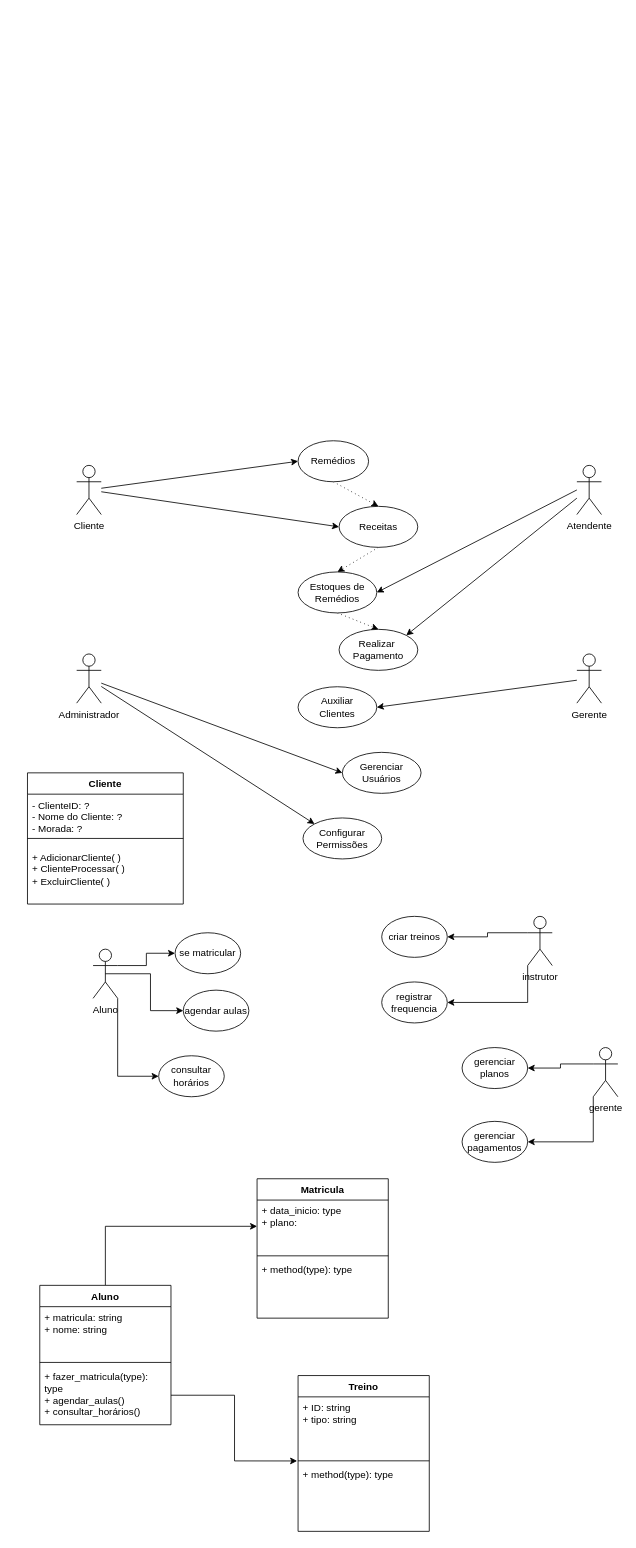
The draw.io diagram page "6-26/03/25" (6 of 8) of Diagrama sem nome.drawio in luann490/diagramasderequisitos, before the edit. Source tidied: cells renumbered, new cells numbered last; positions are measured from the earlier drawing's top-left corner, leaving out a move shared by most shapes. Both pictures are drawn from the tidied source at 82%, with x=0, y=0 at pixel (27, 440).
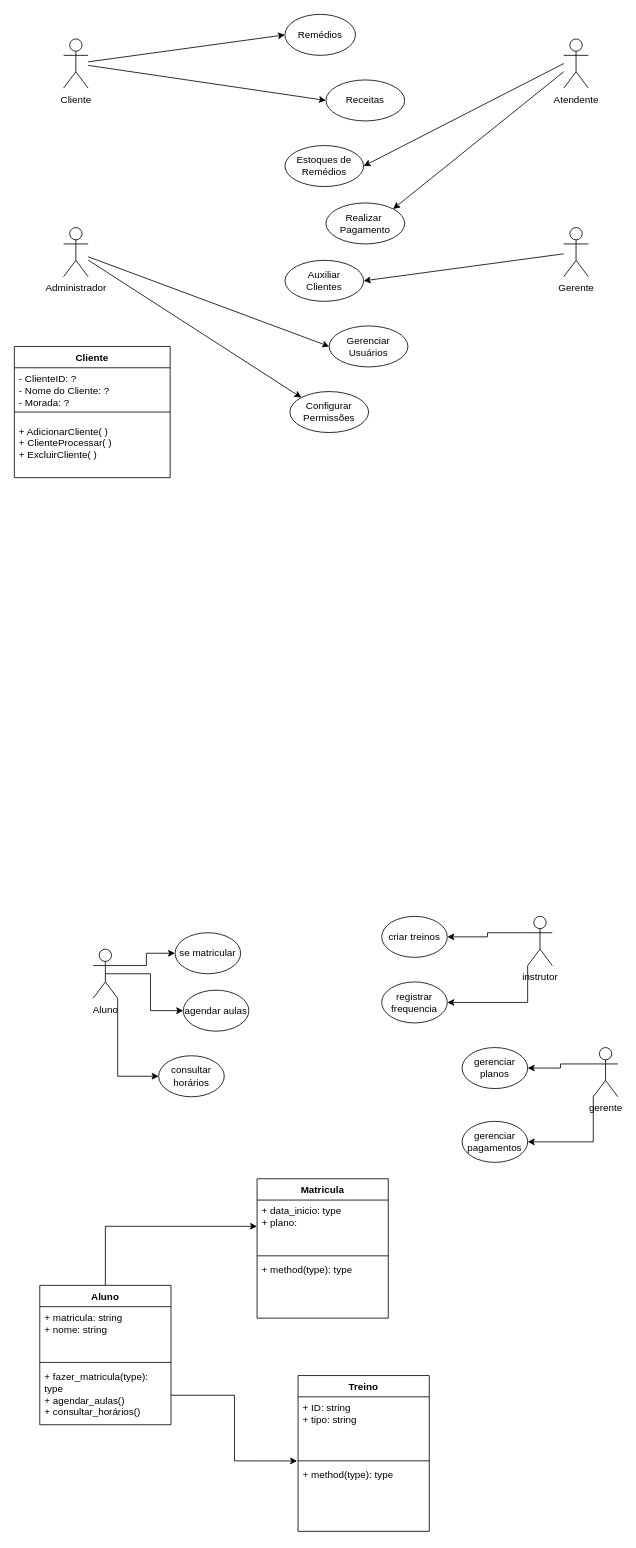
The same page after the edit.

Diff of the diagram source:
```diff
@@
     <mxCell id="2" value="Cliente" style="shape=umlActor;verticalLabelPosition=bottom;verticalAlign=top;html=1;outlineConnect=0;" parent="1" vertex="1">
-      <mxGeometry x="60" y="30" width="30" height="60" as="geometry" />
+      <mxGeometry x="44" y="-490" width="30" height="60" as="geometry" />
     </mxCell>
     <mxCell id="3" value="Administrador" style="shape=umlActor;verticalLabelPosition=bottom;verticalAlign=top;html=1;outlineConnect=0;" parent="1" vertex="1">
-      <mxGeometry x="60" y="260" width="30" height="60" as="geometry" />
+      <mxGeometry x="44" y="-260" width="30" height="60" as="geometry" />
     </mxCell>
     <mxCell id="4" value="Atendente" style="shape=umlActor;verticalLabelPosition=bottom;verticalAlign=top;html=1;" parent="1" vertex="1">
-      <mxGeometry x="670" y="30" width="30" height="60" as="geometry" />
+      <mxGeometry x="654" y="-490" width="30" height="60" as="geometry" />
     </mxCell>
     <mxCell id="5" value="Gerente" style="shape=umlActor;verticalLabelPosition=bottom;verticalAlign=top;html=1;outlineConnect=0;" parent="1" vertex="1">
-      <mxGeometry x="670" y="260" width="30" height="60" as="geometry" />
+      <mxGeometry x="654" y="-260" width="30" height="60" as="geometry" />
     </mxCell>
-    <mxCell id="6" style="rounded=0;jettySize=auto;html=1;exitX=0.5;exitY=1;exitDx=0;exitDy=0;entryX=0.5;entryY=0;entryDx=0;entryDy=0;strokeColor=default;dashed=1;dashPattern=1 4;" parent="1" edge="1" source="7" target="15">
-      <mxGeometry relative="1" as="geometry" />
-    </mxCell>
     <mxCell id="7" value="Remédios" style="ellipse;whiteSpace=wrap;html=1;" parent="1" vertex="1">
-      <mxGeometry x="330" width="86" height="50" as="geometry" />
+      <mxGeometry x="314" y="-520" width="86" height="50" as="geometry" />
     </mxCell>
     <mxCell id="8" value="Configurar&lt;div&gt;Permissões&lt;/div&gt;" style="ellipse;whiteSpace=wrap;html=1;" parent="1" vertex="1">
-      <mxGeometry x="336" y="460" width="96" height="50" as="geometry" />
+      <mxGeometry x="320" y="-60" width="96" height="50" as="geometry" />
     </mxCell>
     <mxCell id="9" value="Gerenciar Usuários" style="ellipse;whiteSpace=wrap;html=1;" parent="1" vertex="1">
-      <mxGeometry x="384" y="380" width="96" height="50" as="geometry" />
+      <mxGeometry x="368" y="-140" width="96" height="50" as="geometry" />
     </mxCell>
-    <mxCell id="10" style="rounded=0;jettySize=auto;html=1;exitX=0.5;exitY=1;exitDx=0;exitDy=0;entryX=0.5;entryY=0;entryDx=0;entryDy=0;dashed=1;dashPattern=1 4;" parent="1" edge="1" source="11" target="13">
-      <mxGeometry relative="1" as="geometry" />
-    </mxCell>
     <mxCell id="11" value="Estoques de&lt;div&gt;Remédios&lt;/div&gt;" style="ellipse;whiteSpace=wrap;html=1;" parent="1" vertex="1">
-      <mxGeometry x="330" y="160" width="96" height="50" as="geometry" />
+      <mxGeometry x="314" y="-360" width="96" height="50" as="geometry" />
     </mxCell>
     <mxCell id="12" value="Auxiliar&lt;div&gt;Clientes&lt;/div&gt;" style="ellipse;whiteSpace=wrap;html=1;" parent="1" vertex="1">
-      <mxGeometry x="330" y="300" width="96" height="50" as="geometry" />
+      <mxGeometry x="314" y="-220" width="96" height="50" as="geometry" />
     </mxCell>
     <mxCell id="13" value="Realizar&amp;nbsp;&lt;div&gt;Pagamento&lt;/div&gt;" style="ellipse;whiteSpace=wrap;html=1;" parent="1" vertex="1">
-      <mxGeometry x="380" y="230" width="96" height="50" as="geometry" />
+      <mxGeometry x="364" y="-290" width="96" height="50" as="geometry" />
     </mxCell>
-    <mxCell id="14" style="rounded=0;jettySize=auto;html=1;exitX=0.5;exitY=1;exitDx=0;exitDy=0;entryX=0.5;entryY=0;entryDx=0;entryDy=0;dashed=1;dashPattern=1 4;" parent="1" edge="1" source="15" target="11">
-      <mxGeometry relative="1" as="geometry" />
-    </mxCell>
     <mxCell id="15" value="Receitas" style="ellipse;whiteSpace=wrap;html=1;" parent="1" vertex="1">
-      <mxGeometry x="380" y="80" width="96" height="50" as="geometry" />
+      <mxGeometry x="364" y="-440" width="96" height="50" as="geometry" />
     </mxCell>
@@
     <mxCell id="18" style="endArrow=classic;html=1;rounded=0;entryX=1;entryY=0.5;entryDx=0;entryDy=0;" parent="1" edge="1" target="11">
       <mxGeometry relative="1" as="geometry">
-        <mxPoint x="670" y="60" as="sourcePoint" />
+        <mxPoint x="654" y="-460" as="sourcePoint" />
       </mxGeometry>
     </mxCell>
     <mxCell id="19" style="endArrow=classic;html=1;rounded=0;entryX=1;entryY=0;entryDx=0;entryDy=0;" parent="1" edge="1" target="13">
       <mxGeometry relative="1" as="geometry">
-        <mxPoint x="670" y="70" as="sourcePoint" />
+        <mxPoint x="654" y="-450" as="sourcePoint" />
       </mxGeometry>
     </mxCell>
@@
     <mxCell id="23" value="Cliente" style="swimlane;fontStyle=1;align=center;verticalAlign=top;horizontal=1;startSize=26;whiteSpace=wrap;html=1;" parent="1" vertex="1">
-      <mxGeometry y="405" width="190" height="160" as="geometry" />
+      <mxGeometry x="-16" y="-115" width="190" height="160" as="geometry" />
     </mxCell>
```
